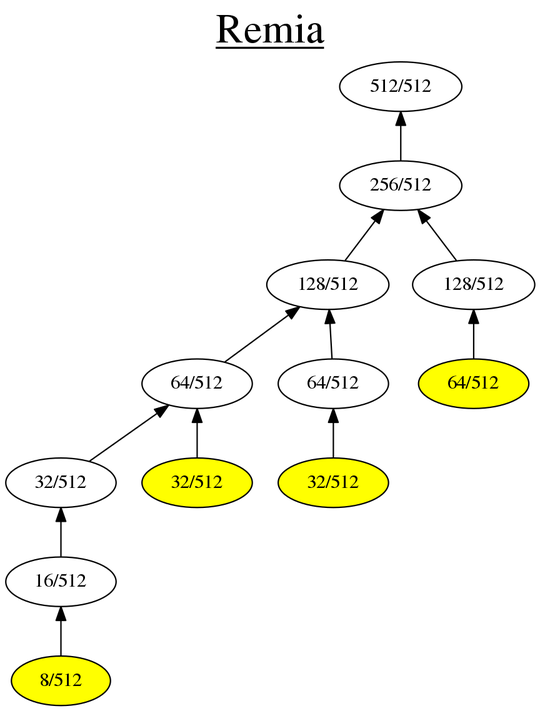
Before: GuiTool/image/Remia/RemiaHeapDot.png, a diagram exported from Graphviz (iitramar/guiTool). Its source is kept beside it as GuiTool/image/Remia/RemiaHeapDot.dot.
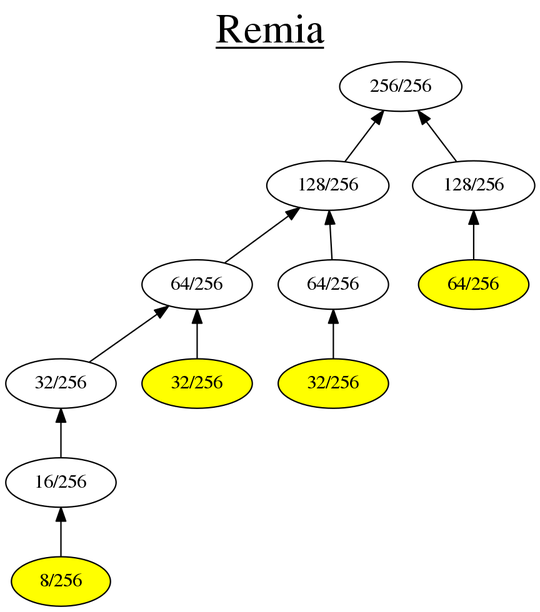
The same file after the commit.

What changed in the source:
```diff
@@ -1,31 +1,29 @@
 digraph G {
 rankdir = BT;
 graph [label= <<u>Remia</u>> , labelloc=t, fontsize=30];
-101[label= " 512/512 " ];
-202[label= " 256/512 " ];
+101[label= " 256/256 " ];
+202[label= " 128/256 " ];
 202->101
-404[label= " 128/512 " ];
+203[label= " 128/256 " ];
+203->101
+404[label= " 64/256 " ];
 404->202
-405[label= " 128/512 " ];
+405[label= " 64/256 " ];
 405->202
-808[label= " 64/512 " ];
+808[label= " 32/256 " ];
 808->404
-809[label= " 64/512 " ];
+809[label= " 32/256 " ];
 809->404
-1616[label= " 32/512 " ];
+1616[label= " 16/256 " ];
 1616->808
-1617[label= " 32/512 " ];
-1617->808
-3232[label= " 16/512 " ];
+3232[label= " 8/256 " ];
 3232->1616
-6464[label= " 8/512 " ];
-6464->3232
-6464[style=filled, fillcolor=yellow];
-1617[style=filled, fillcolor=yellow];
-1618[label= " 32/512 " ];
-1618->809
-1618[style=filled, fillcolor=yellow];
-810[label= " 64/512 " ];
+3232[style=filled, fillcolor=yellow];
+809[style=filled, fillcolor=yellow];
+810[label= " 32/256 " ];
 810->405
 810[style=filled, fillcolor=yellow];
+406[label= " 64/256 " ];
+406->203
+406[style=filled, fillcolor=yellow];
 }
```
